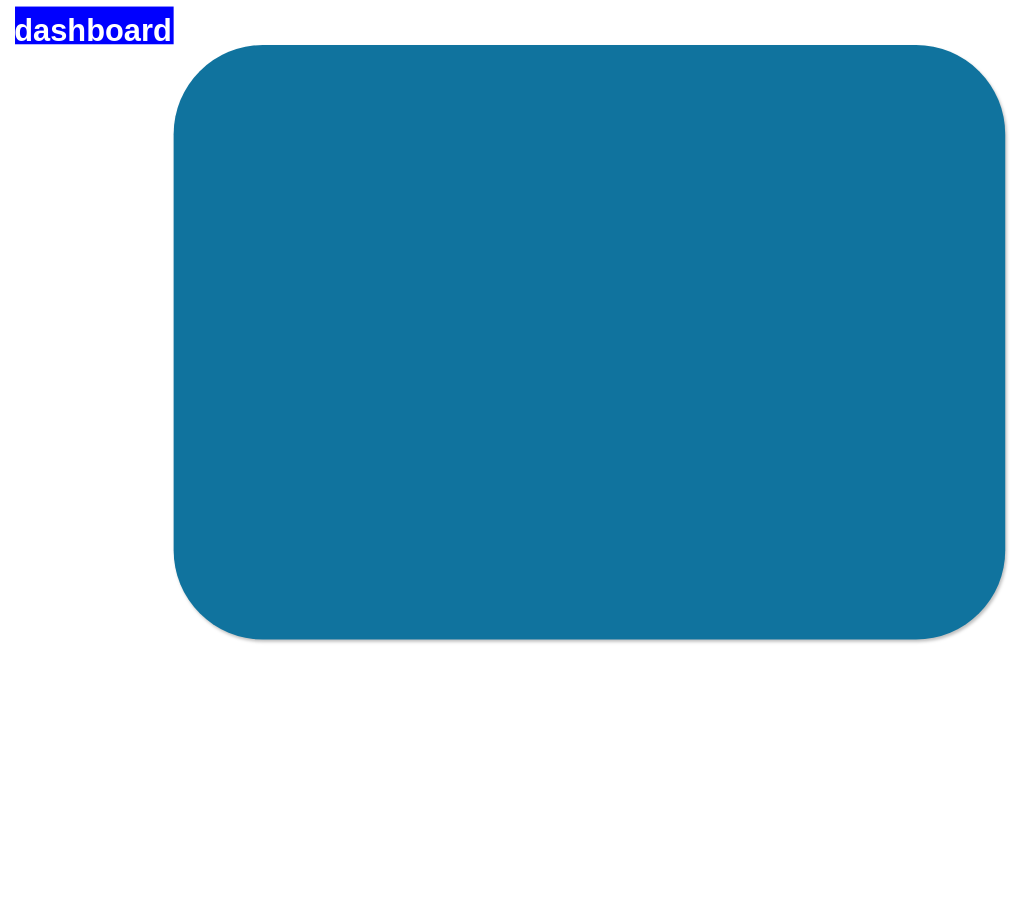
Before: react-sidebar01.drawio in farisubuntu/draw.io, a draw.io diagram. Source tidied: cells renumbered, new cells numbered last; positions are measured from the earlier drawing's top-left corner, leaving out a move shared by most shapes. Both pictures are drawn from the tidied source at 77%, with x=0, y=0 at pixel (173, 45).
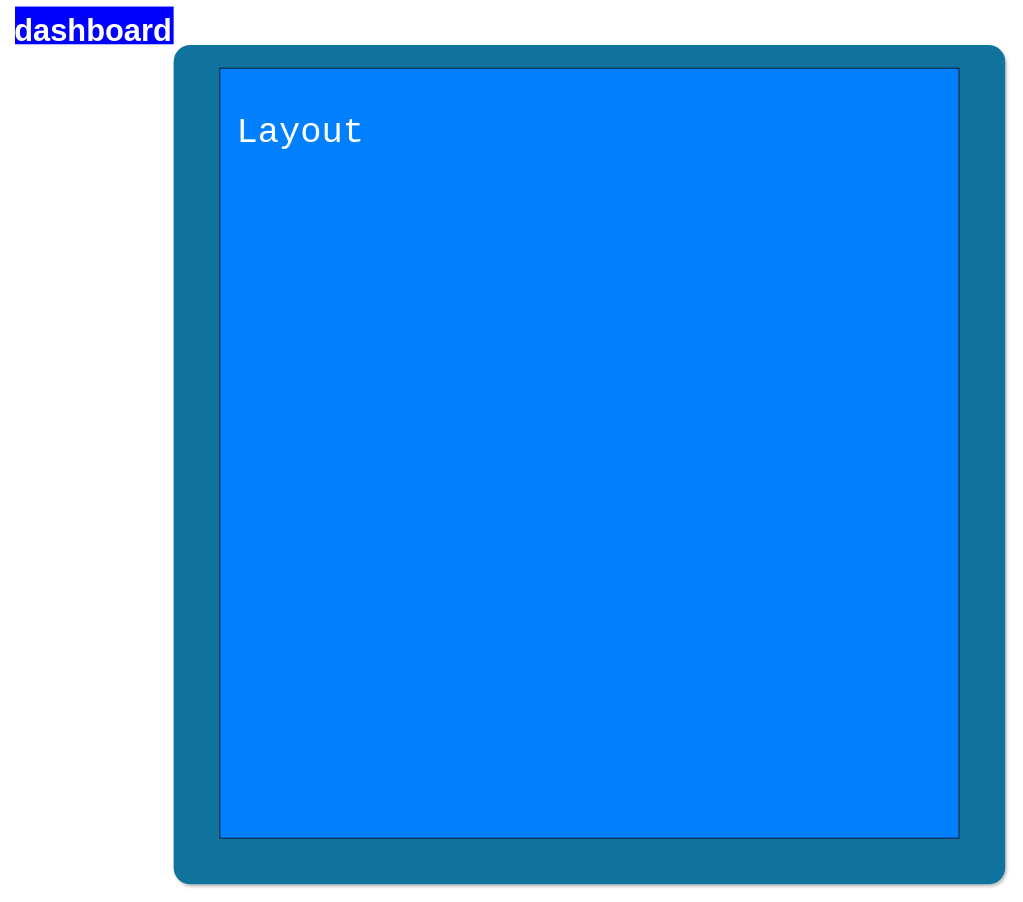
The same diagram, later.

Diff of the diagram source:
```diff
@@
 <mxGraphModel>
   <root>
     <mxCell id="0" />
     <mxCell id="1" parent="0" />
-    <mxCell id="2" value="dashboard" style="rounded=1;fillColor=#10739E;strokeColor=none;shadow=1;gradientColor=none;fontStyle=1;fontColor=#FFFFFF;fontSize=40;verticalAlign=bottom;labelPosition=left;verticalLabelPosition=top;align=right;labelBackgroundColor=#0000FF;" parent="1" vertex="1">
-      <mxGeometry width="1080" height="772" as="geometry" />
+    <mxCell id="2" value="dashboard" style="rounded=1;fillColor=#10739E;strokeColor=none;shadow=1;gradientColor=none;fontStyle=1;fontColor=#FFFFFF;fontSize=40;verticalAlign=bottom;labelPosition=left;verticalLabelPosition=top;align=right;labelBackgroundColor=#0000FF;arcSize=2;" parent="1" vertex="1">
+      <mxGeometry width="1080" height="1090" as="geometry" />
     </mxCell>
+    <mxCell id="3" value="&lt;p&gt;&lt;font style=&quot;color: rgb(255, 255, 255);&quot; face=&quot;Courier New&quot;&gt;Layout&lt;/font&gt;&lt;/p&gt;" style="rounded=0;whiteSpace=wrap;html=1;fillStyle=solid;fillColor=#007FFF;align=left;verticalAlign=top;textDirection=ltr;labelBorderColor=none;spacingLeft=20;fontSize=46;" parent="1" vertex="1">
+      <mxGeometry x="60" y="30" width="960" height="1000" as="geometry" />
+    </mxCell>
   </root>
 </mxGraphModel>
```
